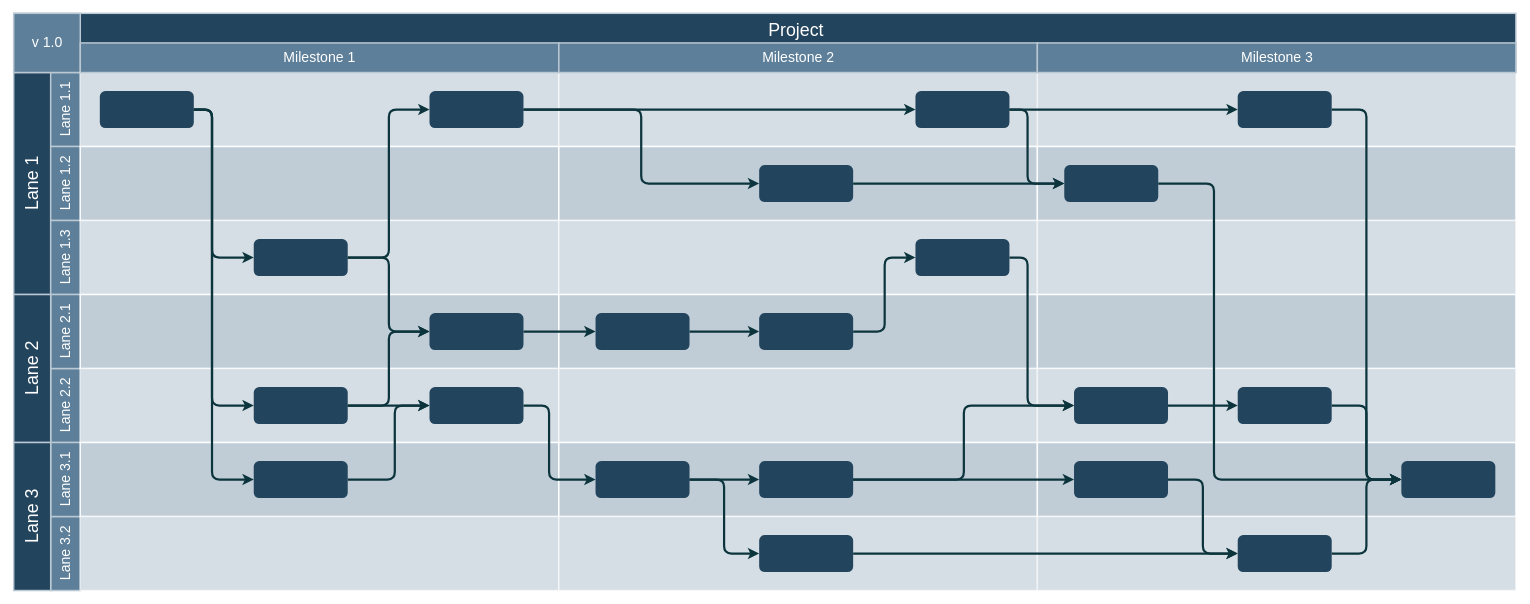
The draw.io diagram static/未命名绘图.drawio in TS-coordinator/blog, before the edit. Source tidied: cells renumbered, new cells numbered last; positions are measured from the earlier drawing's top-left corner, leaving out a move shared by most shapes. Both pictures are drawn from the tidied source at 74%, with x=0, y=0 at pixel (13, 13).
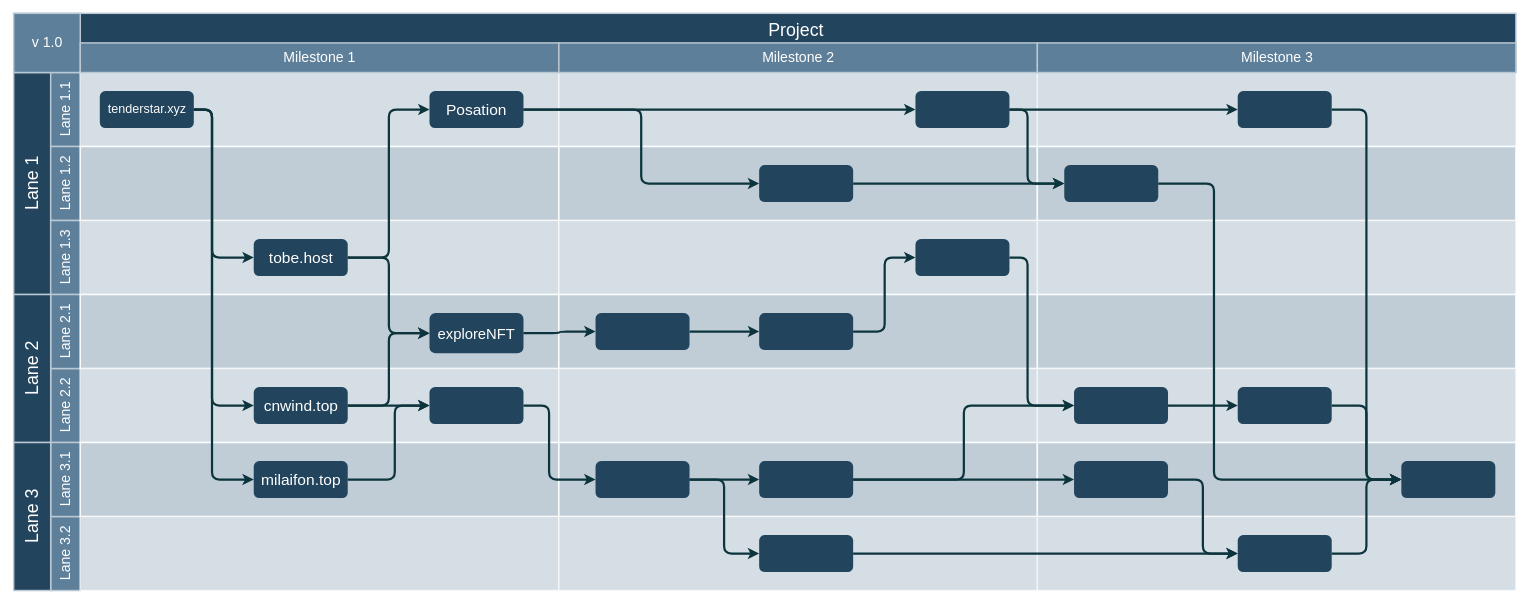
The same page after the edit.

Commit message:
TenderStar-website-map

Diff of the diagram source:
```diff
@@
-    <mxCell id="36" style="rounded=1;fillColor=#23445D;strokeColor=none;strokeWidth=2;fontFamily=Helvetica;html=1;gradientColor=none;" parent="1" vertex="1">
+    <mxCell id="36" value="tenderstar.xyz" style="rounded=1;fillColor=#23445D;strokeColor=none;strokeWidth=2;fontFamily=Helvetica;html=1;gradientColor=none;fontColor=#fbfbfb;fontSize=17;" parent="1" vertex="1">
       <mxGeometry x="116.4" y="105.5" width="127" height="50" as="geometry" />
     </mxCell>
-    <mxCell id="37" style="rounded=1;fillColor=#23445D;strokeColor=none;strokeWidth=2;fontFamily=Helvetica;html=1;gradientColor=none;" parent="1" vertex="1">
+    <mxCell id="37" value="Posation" style="rounded=1;fillColor=#23445D;strokeColor=none;strokeWidth=2;fontFamily=Helvetica;html=1;gradientColor=none;fontSize=21;fontColor=#ffffff;" parent="1" vertex="1">
       <mxGeometry x="561.9" y="105.5" width="127" height="50" as="geometry" />
     </mxCell>
-    <mxCell id="38" style="rounded=1;fillColor=#23445D;strokeColor=none;strokeWidth=2;fontFamily=Helvetica;html=1;gradientColor=none;" parent="1" vertex="1">
+    <mxCell id="38" value="tobe.host" style="rounded=1;fillColor=#23445D;strokeColor=none;strokeWidth=2;fontFamily=Helvetica;html=1;gradientColor=none;fontSize=21;fontColor=#ffffff;" parent="1" vertex="1">
       <mxGeometry x="324.4" y="305.5" width="127" height="50" as="geometry" />
     </mxCell>
-    <mxCell id="39" style="rounded=1;fillColor=#23445D;strokeColor=none;strokeWidth=2;fontFamily=Helvetica;html=1;gradientColor=none;" parent="1" vertex="1">
-      <mxGeometry x="561.9" y="405.5" width="127" height="50" as="geometry" />
+    <mxCell id="39" value="exploreNFT" style="rounded=1;fillColor=#23445D;strokeColor=none;strokeWidth=2;fontFamily=Helvetica;html=1;gradientColor=none;fontColor=#ffffff;fontSize=20;" parent="1" vertex="1">
+      <mxGeometry x="561.9" y="405.5" width="127" height="54.5" as="geometry" />
     </mxCell>
@@
-    <mxCell id="41" style="rounded=1;fillColor=#23445D;strokeColor=none;strokeWidth=2;fontFamily=Helvetica;html=1;gradientColor=none;" parent="1" vertex="1">
+    <mxCell id="41" value="milaifon.top" style="rounded=1;fillColor=#23445D;strokeColor=none;strokeWidth=2;fontFamily=Helvetica;html=1;gradientColor=none;fontColor=#ffffff;fontSize=21;" parent="1" vertex="1">
       <mxGeometry x="324.4" y="605.5" width="127" height="50" as="geometry" />
     </mxCell>
-    <mxCell id="42" style="rounded=1;fillColor=#23445D;strokeColor=none;strokeWidth=2;fontFamily=Helvetica;html=1;gradientColor=none;" parent="1" vertex="1">
+    <mxCell id="42" value="cnwind.top" style="rounded=1;fillColor=#23445D;strokeColor=none;strokeWidth=2;fontFamily=Helvetica;html=1;gradientColor=none;fontColor=#ffffff;fontSize=21;" parent="1" vertex="1">
       <mxGeometry x="324.4" y="505.5" width="127" height="50" as="geometry" />
     </mxCell>
```
